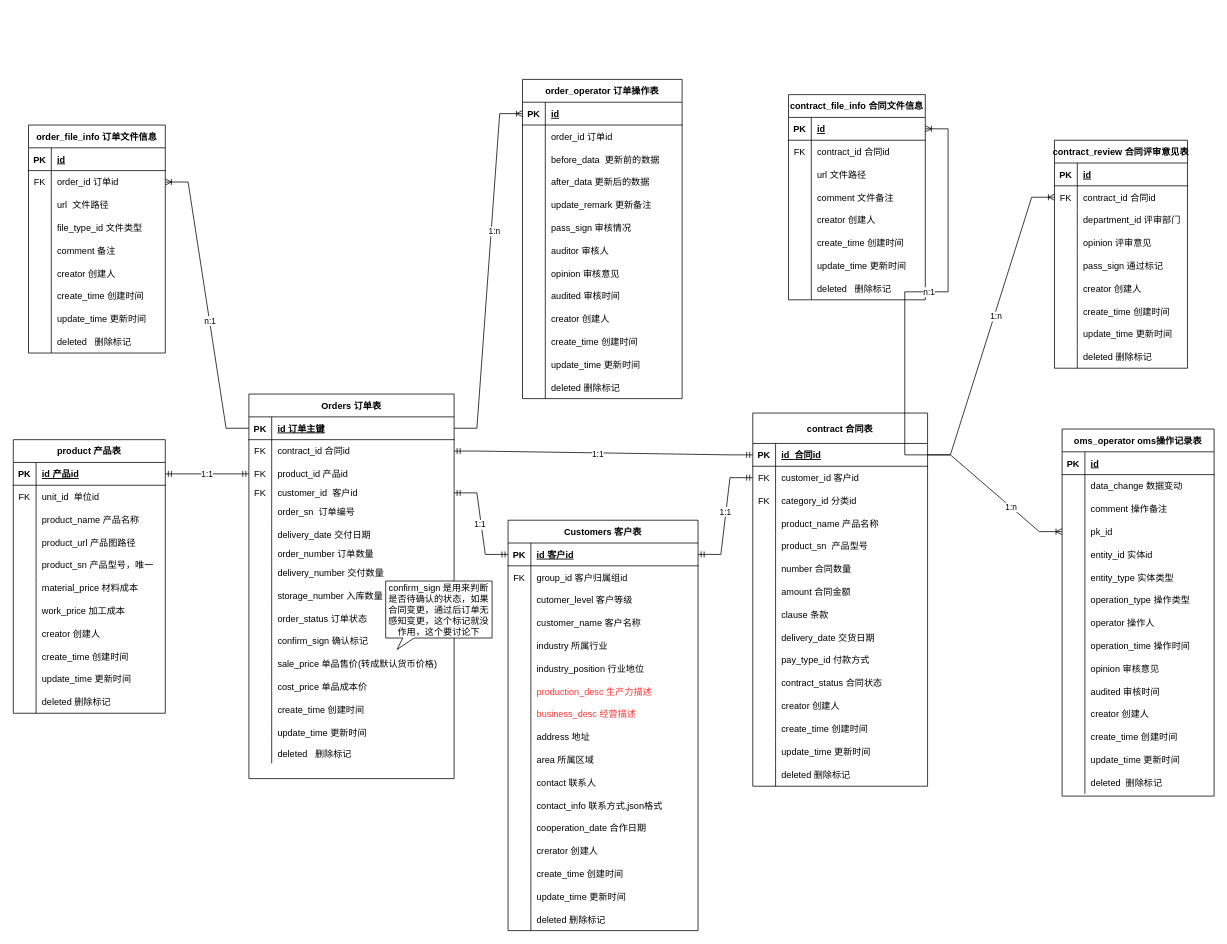
Earlier version of the draw.io diagram OMS/OMS_ER.drawio (Jorwe/UML). Source tidied: cells renumbered, new cells numbered last; positions are measured from the earlier drawing's top-left corner, leaving out a move shared by most shapes. Both pictures are drawn from the tidied source at 76%, with x=0, y=0 at pixel (13, 79).
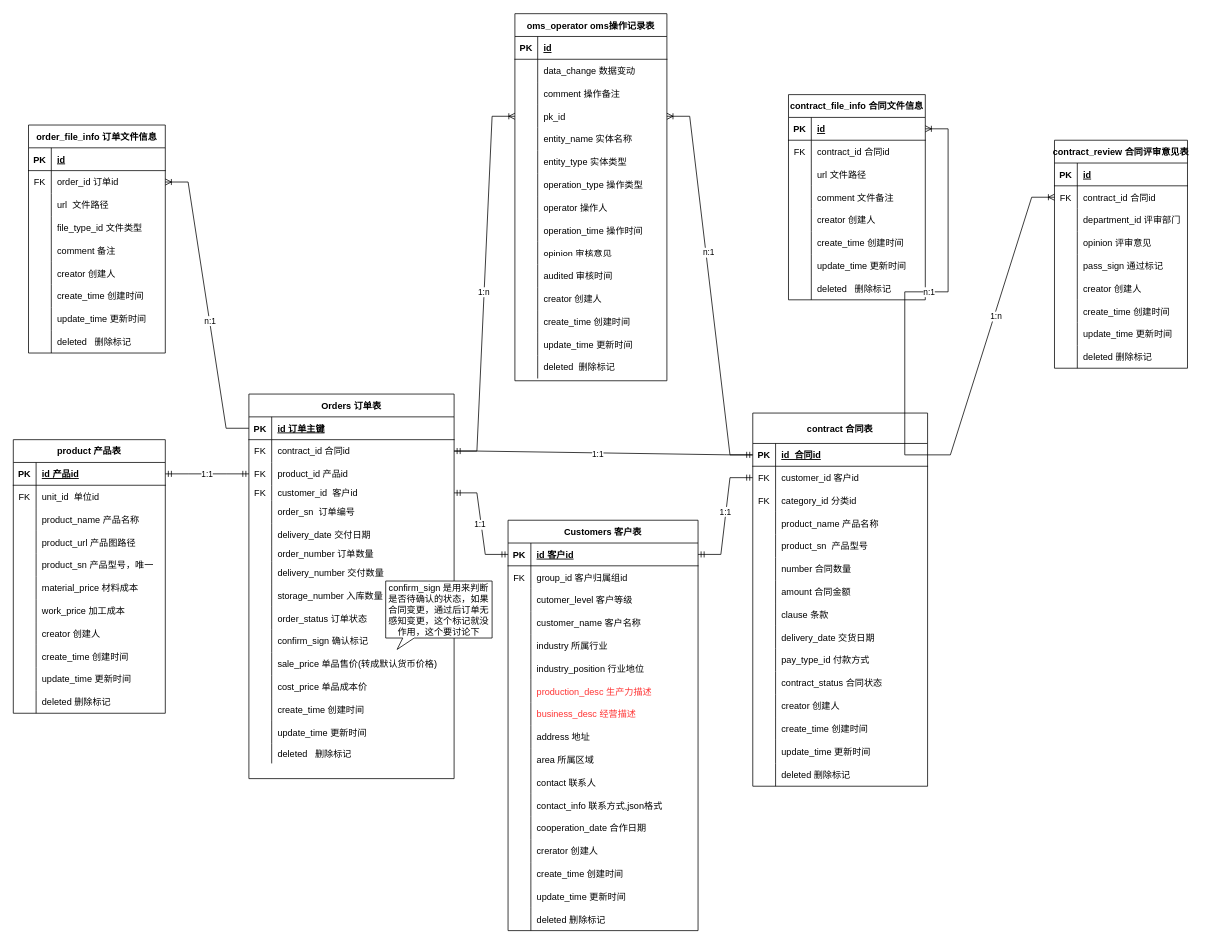
The same page after the edit.

Unchanged cells that the change refers to:
```xml
<mxCell id="89" style="shape=tableRow;horizontal=0;startSize=0;swimlaneHead=0;swimlaneBody=0;fillColor=none;points=[[0,0.5],[1,0.5]];portConstraint=eastwest;top=0;left=0;right=0;bottom=1;" parent="88" vertex="1">
  <mxGeometry y="30" width="270" height="30" as="geometry" />
</mxCell>
<mxCell id="92" style="shape=tableRow;horizontal=0;startSize=0;swimlaneHead=0;swimlaneBody=0;fillColor=none;points=[[0,0.5],[1,0.5]];portConstraint=eastwest;top=0;left=0;right=0;bottom=0;" parent="88" vertex="1">
  <mxGeometry y="60" width="270" height="30" as="geometry" />
</mxCell>
<mxCell id="142" style="shape=tableRow;horizontal=0;startSize=0;swimlaneHead=0;swimlaneBody=0;fillColor=none;points=[[0,0.5],[1,0.5]];portConstraint=eastwest;top=0;left=0;right=0;bottom=1;" parent="141" vertex="1">
  <mxGeometry y="40" width="230" height="30" as="geometry" />
</mxCell>
<mxCell id="271" style="shape=tableRow;horizontal=0;startSize=0;swimlaneHead=0;swimlaneBody=0;fillColor=none;points=[[0,0.5],[1,0.5]];portConstraint=eastwest;top=0;left=0;right=0;bottom=0;" parent="261" vertex="1">
  <mxGeometry y="120" width="200" height="30" as="geometry" />
</mxCell>
<mxCell id="274" style="shape=tableRow;horizontal=0;startSize=0;swimlaneHead=0;swimlaneBody=0;fillColor=none;top=0;left=0;right=0;bottom=0;" parent="261" vertex="1">
  <mxGeometry y="150" width="200" height="30" as="geometry" />
</mxCell>
```

What changed in the source:
```diff
@@
-    <mxCell id="191" value="order_operator 订单操作表" style="shape=table;startSize=30;childLayout=tableLayout;rowLines=0;fontStyle=1;align=center;" parent="1" vertex="1">
-      <mxGeometry x="670" width="210" height="420" as="geometry" />
-    </mxCell>
-    <mxCell id="192" style="shape=tableRow;horizontal=0;startSize=0;swimlaneHead=0;swimlaneBody=0;fillColor=none;points=[[0,0.5],[1,0.5]];portConstraint=eastwest;top=0;left=0;right=0;bottom=1;" parent="191" vertex="1">
-      <mxGeometry y="30" width="210" height="30" as="geometry" />
-    </mxCell>
-    <mxCell id="193" value="PK" style="shape=partialRectangle;fillColor=none;top=0;left=0;bottom=0;right=0;fontStyle=1;overflow=hidden;" parent="192" vertex="1">
-      <mxGeometry width="30" height="30" as="geometry" />
-    </mxCell>
-    <mxCell id="194" value="id" style="shape=partialRectangle;fillColor=none;top=0;left=0;bottom=0;right=0;align=left;spacingLeft=6;fontStyle=5;overflow=hidden;" parent="192" vertex="1">
-      <mxGeometry x="30" width="180" height="30" as="geometry" />
-    </mxCell>
-    <mxCell id="195" style="shape=tableRow;horizontal=0;startSize=0;swimlaneHead=0;swimlaneBody=0;fillColor=none;top=0;left=0;right=0;bottom=0;" parent="191" vertex="1">
-      <mxGeometry y="60" width="210" height="30" as="geometry" />
-    </mxCell>
-    <mxCell id="196" style="shape=partialRectangle;fillColor=none;top=0;left=0;bottom=0;right=0;overflow=hidden;" parent="195" vertex="1">
-      <mxGeometry width="30" height="30" as="geometry" />
-    </mxCell>
-    <mxCell id="197" value="order_id 订单id" style="shape=partialRectangle;fillColor=none;top=0;left=0;bottom=0;right=0;align=left;spacingLeft=6;overflow=hidden;" parent="195" vertex="1">
-      <mxGeometry x="30" width="180" height="30" as="geometry" />
-    </mxCell>
-    <mxCell id="198" style="shape=tableRow;horizontal=0;startSize=0;swimlaneHead=0;swimlaneBody=0;fillColor=none;top=0;left=0;right=0;bottom=0;" parent="191" vertex="1">
-      <mxGeometry y="90" width="210" height="30" as="geometry" />
-    </mxCell>
-    <mxCell id="199" style="shape=partialRectangle;fillColor=none;top=0;left=0;bottom=0;right=0;overflow=hidden;" parent="198" vertex="1">
-      <mxGeometry width="30" height="30" as="geometry" />
-    </mxCell>
-    <mxCell id="200" value="before_data  更新前的数据" style="shape=partialRectangle;fillColor=none;top=0;left=0;bottom=0;right=0;align=left;spacingLeft=6;overflow=hidden;" parent="198" vertex="1">
-      <mxGeometry x="30" width="180" height="30" as="geometry" />
-    </mxCell>
-    <mxCell id="201" style="shape=tableRow;horizontal=0;startSize=0;swimlaneHead=0;swimlaneBody=0;fillColor=none;top=0;left=0;right=0;bottom=0;" parent="191" vertex="1">
-      <mxGeometry y="120" width="210" height="30" as="geometry" />
-    </mxCell>
-    <mxCell id="202" style="shape=partialRectangle;fillColor=none;top=0;left=0;bottom=0;right=0;overflow=hidden;" parent="201" vertex="1">
-      <mxGeometry width="30" height="30" as="geometry" />
-    </mxCell>
-    <mxCell id="203" value="after_data 更新后的数据" style="shape=partialRectangle;fillColor=none;top=0;left=0;bottom=0;right=0;align=left;spacingLeft=6;overflow=hidden;" parent="201" vertex="1">
-      <mxGeometry x="30" width="180" height="30" as="geometry" />
-    </mxCell>
-    <mxCell id="204" style="shape=tableRow;horizontal=0;startSize=0;swimlaneHead=0;swimlaneBody=0;fillColor=none;top=0;left=0;right=0;bottom=0;" parent="191" vertex="1">
-      <mxGeometry y="150" width="210" height="30" as="geometry" />
-    </mxCell>
-    <mxCell id="205" style="shape=partialRectangle;fillColor=none;top=0;left=0;bottom=0;right=0;overflow=hidden;" parent="204" vertex="1">
-      <mxGeometry width="30" height="30" as="geometry" />
-    </mxCell>
-    <mxCell id="206" value="update_remark 更新备注" style="shape=partialRectangle;fillColor=none;top=0;left=0;bottom=0;right=0;align=left;spacingLeft=6;overflow=hidden;" parent="204" vertex="1">
-      <mxGeometry x="30" width="180" height="30" as="geometry" />
-    </mxCell>
-    <mxCell id="207" style="shape=tableRow;horizontal=0;startSize=0;swimlaneHead=0;swimlaneBody=0;fillColor=none;top=0;left=0;right=0;bottom=0;" parent="191" vertex="1">
-      <mxGeometry y="180" width="210" height="30" as="geometry" />
-    </mxCell>
-    <mxCell id="208" style="shape=partialRectangle;fillColor=none;top=0;left=0;bottom=0;right=0;overflow=hidden;" parent="207" vertex="1">
-      <mxGeometry width="30" height="30" as="geometry" />
-    </mxCell>
-    <mxCell id="209" value="pass_sign 审核情况" style="shape=partialRectangle;fillColor=none;top=0;left=0;bottom=0;right=0;align=left;spacingLeft=6;overflow=hidden;" parent="207" vertex="1">
-      <mxGeometry x="30" width="180" height="30" as="geometry" />
-    </mxCell>
-    <mxCell id="210" style="shape=tableRow;horizontal=0;startSize=0;swimlaneHead=0;swimlaneBody=0;fillColor=none;top=0;left=0;right=0;bottom=0;" parent="191" vertex="1">
-      <mxGeometry y="210" width="210" height="30" as="geometry" />
-    </mxCell>
-    <mxCell id="211" style="shape=partialRectangle;fillColor=none;top=0;left=0;bottom=0;right=0;overflow=hidden;" parent="210" vertex="1">
-      <mxGeometry width="30" height="30" as="geometry" />
-    </mxCell>
-    <mxCell id="212" value="auditor 审核人" style="shape=partialRectangle;fillColor=none;top=0;left=0;bottom=0;right=0;align=left;spacingLeft=6;overflow=hidden;" parent="210" vertex="1">
-      <mxGeometry x="30" width="180" height="30" as="geometry" />
-    </mxCell>
-    <mxCell id="213" style="shape=tableRow;horizontal=0;startSize=0;swimlaneHead=0;swimlaneBody=0;fillColor=none;top=0;left=0;right=0;bottom=0;" parent="191" vertex="1">
-      <mxGeometry y="240" width="210" height="30" as="geometry" />
-    </mxCell>
-    <mxCell id="214" style="shape=partialRectangle;fillColor=none;top=0;left=0;bottom=0;right=0;overflow=hidden;" parent="213" vertex="1">
-      <mxGeometry width="30" height="30" as="geometry" />
-    </mxCell>
-    <mxCell id="215" value="opinion 审核意见" style="shape=partialRectangle;fillColor=none;top=0;left=0;bottom=0;right=0;align=left;spacingLeft=6;overflow=hidden;" parent="213" vertex="1">
-      <mxGeometry x="30" width="180" height="30" as="geometry" />
-    </mxCell>
-    <mxCell id="216" style="shape=tableRow;horizontal=0;startSize=0;swimlaneHead=0;swimlaneBody=0;fillColor=none;top=0;left=0;right=0;bottom=0;" parent="191" vertex="1">
-      <mxGeometry y="270" width="210" height="30" as="geometry" />
-    </mxCell>
-    <mxCell id="217" style="shape=partialRectangle;fillColor=none;top=0;left=0;bottom=0;right=0;overflow=hidden;" parent="216" vertex="1">
-      <mxGeometry width="30" height="30" as="geometry" />
-    </mxCell>
-    <mxCell id="218" value="audited 审核时间" style="shape=partialRectangle;fillColor=none;top=0;left=0;bottom=0;right=0;align=left;spacingLeft=6;overflow=hidden;" parent="216" vertex="1">
-      <mxGeometry x="30" width="180" height="30" as="geometry" />
-    </mxCell>
-    <mxCell id="219" style="shape=tableRow;horizontal=0;startSize=0;swimlaneHead=0;swimlaneBody=0;fillColor=none;top=0;left=0;right=0;bottom=0;" parent="191" vertex="1">
-      <mxGeometry y="300" width="210" height="30" as="geometry" />
-    </mxCell>
-    <mxCell id="220" style="shape=partialRectangle;fillColor=none;top=0;left=0;bottom=0;right=0;overflow=hidden;" parent="219" vertex="1">
-      <mxGeometry width="30" height="30" as="geometry" />
-    </mxCell>
-    <mxCell id="221" value="creator 创建人" style="shape=partialRectangle;fillColor=none;top=0;left=0;bottom=0;right=0;align=left;spacingLeft=6;overflow=hidden;" parent="219" vertex="1">
-      <mxGeometry x="30" width="180" height="30" as="geometry" />
-    </mxCell>
-    <mxCell id="222" style="shape=tableRow;horizontal=0;startSize=0;swimlaneHead=0;swimlaneBody=0;fillColor=none;top=0;left=0;right=0;bottom=0;" parent="191" vertex="1">
-      <mxGeometry y="330" width="210" height="30" as="geometry" />
-    </mxCell>
-    <mxCell id="223" style="shape=partialRectangle;fillColor=none;top=0;left=0;bottom=0;right=0;overflow=hidden;" parent="222" vertex="1">
-      <mxGeometry width="30" height="30" as="geometry" />
-    </mxCell>
-    <mxCell id="224" value="create_time 创建时间" style="shape=partialRectangle;fillColor=none;top=0;left=0;bottom=0;right=0;align=left;spacingLeft=6;overflow=hidden;" parent="222" vertex="1">
-      <mxGeometry x="30" width="180" height="30" as="geometry" />
-    </mxCell>
-    <mxCell id="225" style="shape=tableRow;horizontal=0;startSize=0;swimlaneHead=0;swimlaneBody=0;fillColor=none;top=0;left=0;right=0;bottom=0;" parent="191" vertex="1">
-      <mxGeometry y="360" width="210" height="30" as="geometry" />
-    </mxCell>
-    <mxCell id="226" style="shape=partialRectangle;fillColor=none;top=0;left=0;bottom=0;right=0;overflow=hidden;" parent="225" vertex="1">
-      <mxGeometry width="30" height="30" as="geometry" />
-    </mxCell>
-    <mxCell id="227" value="update_time 更新时间" style="shape=partialRectangle;fillColor=none;top=0;left=0;bottom=0;right=0;align=left;spacingLeft=6;overflow=hidden;" parent="225" vertex="1">
-      <mxGeometry x="30" width="180" height="30" as="geometry" />
-    </mxCell>
-    <mxCell id="228" style="shape=tableRow;horizontal=0;startSize=0;swimlaneHead=0;swimlaneBody=0;fillColor=none;top=0;left=0;right=0;bottom=0;" parent="191" vertex="1">
-      <mxGeometry y="390" width="210" height="30" as="geometry" />
-    </mxCell>
-    <mxCell id="229" style="shape=partialRectangle;fillColor=none;top=0;left=0;bottom=0;right=0;overflow=hidden;" parent="228" vertex="1">
-      <mxGeometry width="30" height="30" as="geometry" />
-    </mxCell>
-    <mxCell id="230" value="deleted 删除标记" style="shape=partialRectangle;fillColor=none;top=0;left=0;bottom=0;right=0;align=left;spacingLeft=6;overflow=hidden;" parent="228" vertex="1">
-      <mxGeometry x="30" width="180" height="30" as="geometry" />
-    </mxCell>
@@
     <mxCell id="261" value="oms_operator oms操作记录表" style="shape=table;startSize=30;childLayout=tableLayout;rowLines=0;fontStyle=1;align=center;" parent="1" vertex="1">
-      <mxGeometry x="1380" y="460" width="200" height="483" as="geometry" />
+      <mxGeometry x="660" y="-86.5" width="200" height="483" as="geometry" />
     </mxCell>
@@
-    <mxCell id="276" value="entity_id 实体id" style="shape=partialRectangle;fillColor=none;top=0;left=0;bottom=0;right=0;align=left;spacingLeft=6;overflow=hidden;" parent="274" vertex="1">
+    <mxCell id="276" value="entity_name 实体名称" style="shape=partialRectangle;fillColor=none;top=0;left=0;bottom=0;right=0;align=left;spacingLeft=6;overflow=hidden;" parent="274" vertex="1">
       <mxGeometry x="30" width="170" height="30" as="geometry" />
     </mxCell>
@@
-    <mxCell id="337" style="edgeStyle=entityRelationEdgeStyle;fontSize=12;html=1;endArrow=ERoneToMany;rounded=0;exitX=1;exitY=0.5;exitDx=0;exitDy=0;entryX=0;entryY=0.5;entryDx=0;entryDy=0;" parent="1" edge="1" source="89" target="192">
-      <mxGeometry relative="1" as="geometry" />
-    </mxCell>
-    <mxCell id="338" value="1:n" style="edgeLabel;html=1;align=center;verticalAlign=middle;" parent="337" vertex="1">
-      <mxGeometry x="0.22" y="-4" relative="1" as="geometry" />
-    </mxCell>
-    <mxCell id="339" style="edgeStyle=entityRelationEdgeStyle;fontSize=12;html=1;endArrow=ERoneToMany;rounded=0;entryX=0;entryY=0.5;entryDx=0;entryDy=0;exitX=1;exitY=0.5;exitDx=0;exitDy=0;" parent="1" edge="1" source="142" target="271">
+    <mxCell id="339" style="edgeStyle=entityRelationEdgeStyle;fontSize=12;html=1;endArrow=ERoneToMany;rounded=0;entryX=1;entryY=0.5;entryDx=0;entryDy=0;" parent="1" edge="1" source="142" target="271">
       <mxGeometry relative="1" as="geometry" />
     </mxCell>
-    <mxCell id="340" value="1:n" style="edgeLabel;html=1;align=center;verticalAlign=middle;" parent="339" vertex="1">
-      <mxGeometry x="0.26" relative="1" as="geometry" />
-    </mxCell>
+    <mxCell id="369" value="n:1" style="edgeLabel;html=1;align=center;verticalAlign=middle;" parent="339" vertex="1">
+      <mxGeometry x="0.17" y="-4" relative="1" as="geometry">
+        <mxPoint x="-1" as="offset" />
+      </mxGeometry>
+    </mxCell>
@@
+    <mxCell id="370" style="edgeStyle=entityRelationEdgeStyle;fontSize=12;html=1;endArrow=ERoneToMany;rounded=0;entryX=0;entryY=0.5;entryDx=0;entryDy=0;exitX=1;exitY=0.5;exitDx=0;exitDy=0;" parent="1" edge="1" source="92" target="271">
+      <mxGeometry relative="1" as="geometry" />
+    </mxCell>
+    <mxCell id="371" value="1:n" style="edgeLabel;html=1;align=center;verticalAlign=middle;" parent="370" vertex="1">
+      <mxGeometry x="-0.04" y="1" relative="1" as="geometry" />
+    </mxCell>
```
